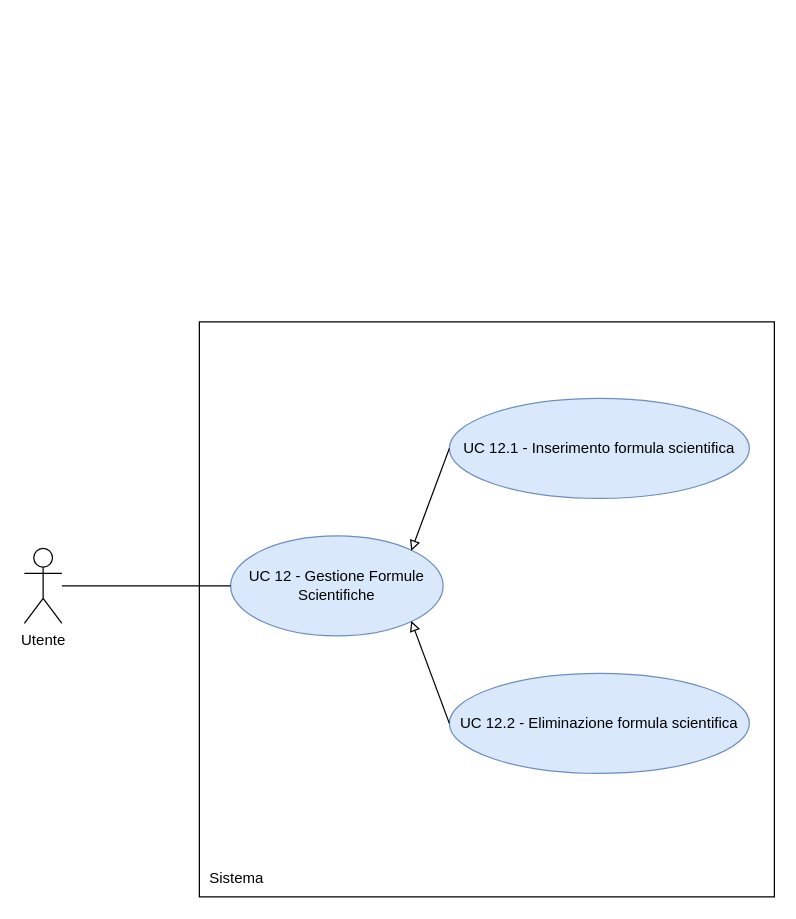
Before: RTB/doc_esterna/analisi-dei-requisiti/assets/draw.io/UC12.drawio in thebitless-group-swe/thebitless.github.io, a draw.io diagram. Source tidied: cells renumbered, new cells numbered last; positions are measured from the earlier drawing's top-left corner, leaving out a move shared by most shapes. Both pictures are drawn from the tidied source at 125%, with x=0, y=0 at pixel (24, 321).
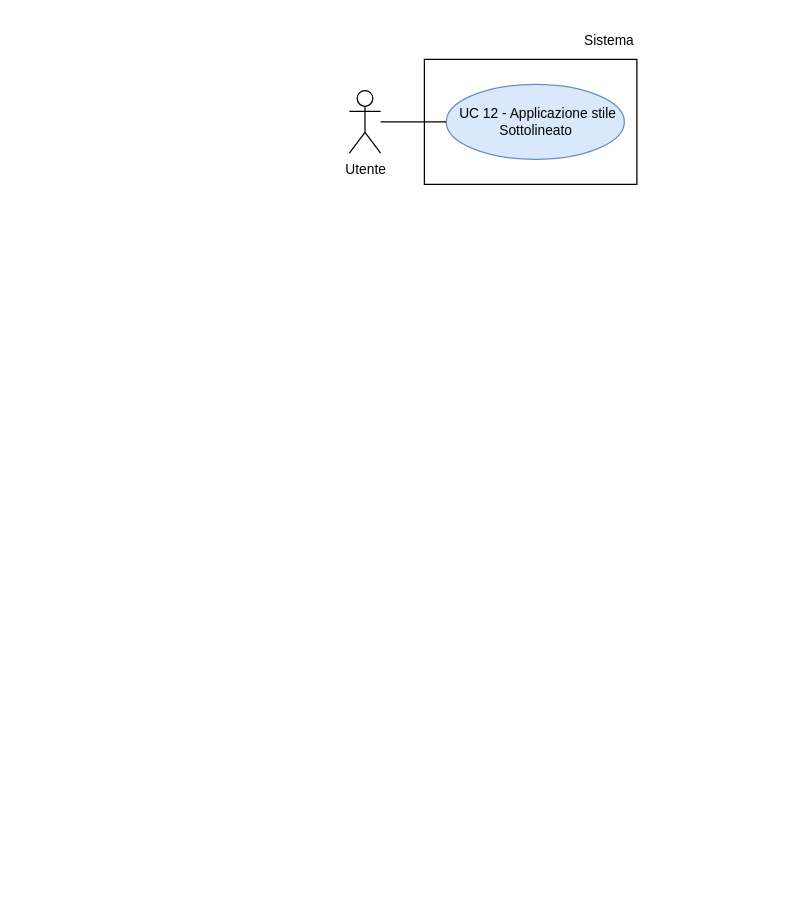
The same diagram, later.

The edit, as a diff of the source:
```diff
@@
 <mxGraphModel>
   <root>
     <mxCell id="0" />
     <mxCell id="1" parent="0" />
-    <mxCell id="2" value="Utente" style="shape=umlActor;verticalLabelPosition=bottom;verticalAlign=top;html=1;outlineConnect=0;" parent="1" vertex="1">
-      <mxGeometry y="181.2" width="30" height="60" as="geometry" />
+    <mxCell id="2" value="Utente" style="shape=umlActor;verticalLabelPosition=bottom;verticalAlign=top;html=1;outlineConnect=0;fontSize=11;" parent="1" vertex="1">
+      <mxGeometry x="260" y="-185" width="25" height="50" as="geometry" />
     </mxCell>
-    <mxCell id="3" style="whiteSpace=wrap;html=1;" parent="1" vertex="1">
-      <mxGeometry x="140" width="460" height="460" as="geometry" />
-    </mxCell>
+    <mxCell id="11" style="rounded=0;whiteSpace=wrap;html=1;strokeWidth=1;" parent="1" vertex="1">
+      <mxGeometry x="320" y="-210" width="170" height="100" as="geometry" />
+    </mxCell>
-    <mxCell id="4" value="Sistema" style="text;html=1;whiteSpace=wrap;strokeColor=none;fillColor=none;align=center;verticalAlign=middle;rounded=0;" parent="1" vertex="1">
-      <mxGeometry x="140" y="430" width="60" height="30" as="geometry" />
+    <mxCell id="4" value="Sistema" style="text;html=1;whiteSpace=wrap;strokeColor=none;fillColor=none;align=right;verticalAlign=middle;fontSize=11;" parent="1" vertex="1">
+      <mxGeometry x="430" y="-240" width="60" height="30" as="geometry" />
     </mxCell>
-    <mxCell id="5" value="UC 12 - Gestione Formule Scientifiche" style="ellipse;whiteSpace=wrap;html=1;fillColor=#dae8fc;strokeColor=#6c8ebf;" parent="1" vertex="1">
-      <mxGeometry x="165" y="171.2" width="170" height="80" as="geometry" />
-    </mxCell>
-    <mxCell id="6" style="edgeStyle=orthogonalEdgeStyle;rounded=0;jettySize=auto;html=1;endArrow=none;endFill=0;" parent="1" edge="1" source="2" target="5">
-      <mxGeometry relative="1" as="geometry" />
-    </mxCell>
-    <mxCell id="7" value="UC 12.1 - Inserimento formula scientifica" style="ellipse;whiteSpace=wrap;html=1;fillColor=#dae8fc;strokeColor=#6c8ebf;" parent="1" vertex="1">
-      <mxGeometry x="340" y="61.2" width="240" height="80" as="geometry" />
-    </mxCell>
-    <mxCell id="8" value="UC 12.2 - Eliminazione formula scientifica" style="ellipse;whiteSpace=wrap;html=1;fillColor=#dae8fc;strokeColor=#6c8ebf;" parent="1" vertex="1">
-      <mxGeometry x="340" y="281.2" width="240" height="80" as="geometry" />
-    </mxCell>
-    <mxCell id="9" style="endArrow=block;endFill=0;html=1;rounded=0;exitX=0;exitY=0.5;exitDx=0;exitDy=0;entryX=0.85;entryY=0.15;entryDx=0;entryDy=0;entryPerimeter=0;" parent="1" edge="1" source="7" target="5">
-      <mxGeometry relative="1" as="geometry" />
-    </mxCell>
-    <mxCell id="10" style="endArrow=block;endFill=0;html=1;rounded=0;exitX=0;exitY=0.5;exitDx=0;exitDy=0;entryX=0.85;entryY=0.85;entryDx=0;entryDy=0;entryPerimeter=0;" parent="1" edge="1" source="8" target="5">
-      <mxGeometry relative="1" as="geometry" />
-    </mxCell>
+    <mxCell id="12" value="&amp;nbsp;UC 12 - Applicazione stile Sottolineato" style="ellipse;whiteSpace=wrap;html=1;fillColor=#dae8fc;strokeColor=#6c8ebf;fontSize=11;" parent="1" vertex="1">
+      <mxGeometry x="337.5" y="-190" width="142.5" height="60" as="geometry" />
+    </mxCell>
+    <mxCell id="13" style="edgeStyle=none;rounded=0;jettySize=auto;html=1;endArrow=none;endFill=0;" parent="1" edge="1" source="2" target="12">
+      <mxGeometry relative="1" as="geometry" />
+    </mxCell>
+    <mxCell id="14" style="edgeStyle=orthogonalEdgeStyle;rounded=0;orthogonalLoop=1;jettySize=auto;html=1;exitX=0.5;exitY=1;exitDx=0;exitDy=0;" parent="1" edge="1" source="4" target="4">
+      <mxGeometry relative="1" as="geometry" />
+    </mxCell>
   </root>
 </mxGraphModel>
```
